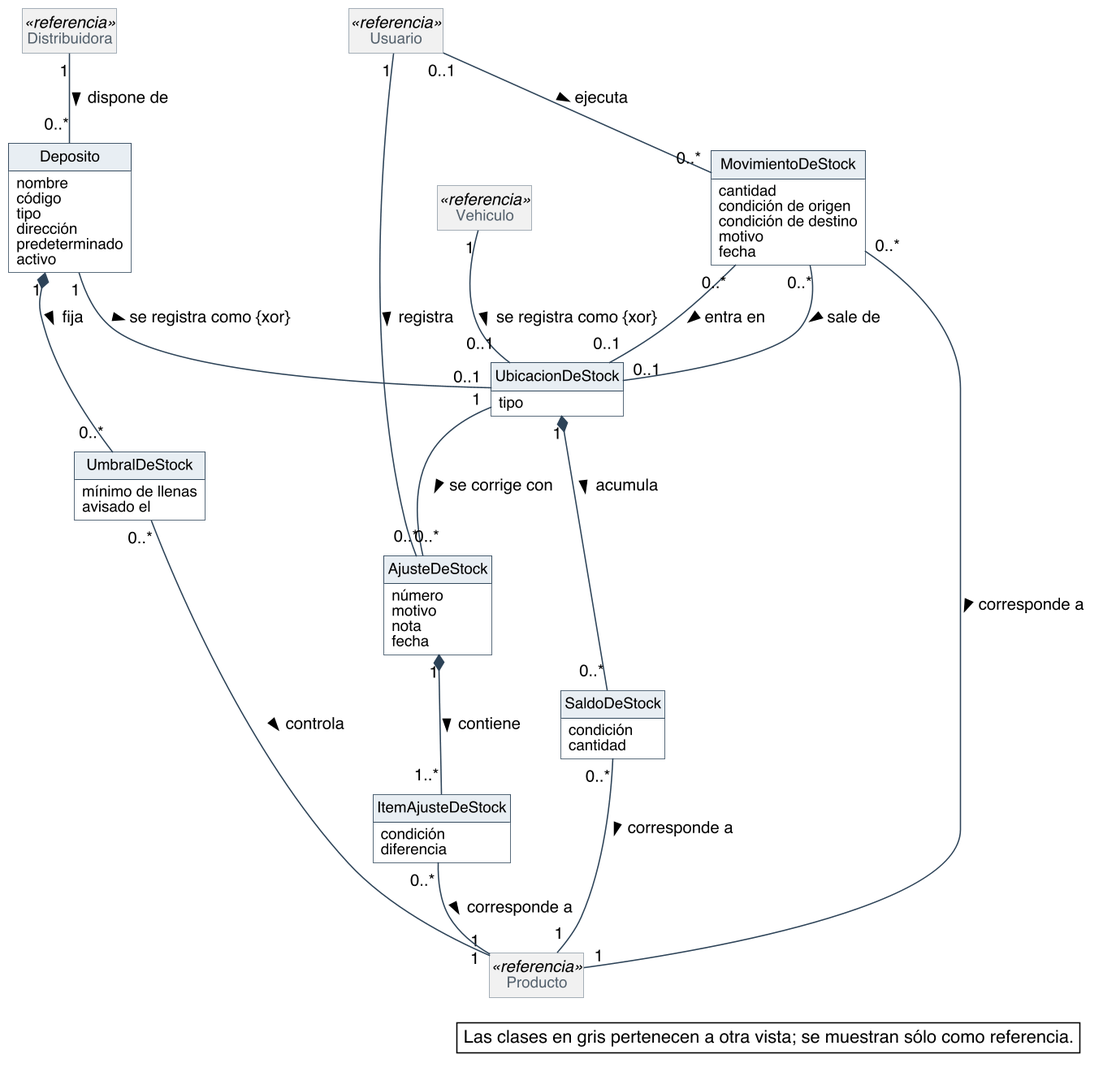
Above: diagramas/modelo-conceptual/MC_Stock.png in Nahuelito-Dev/splg-docs (PlantUML), before the change.
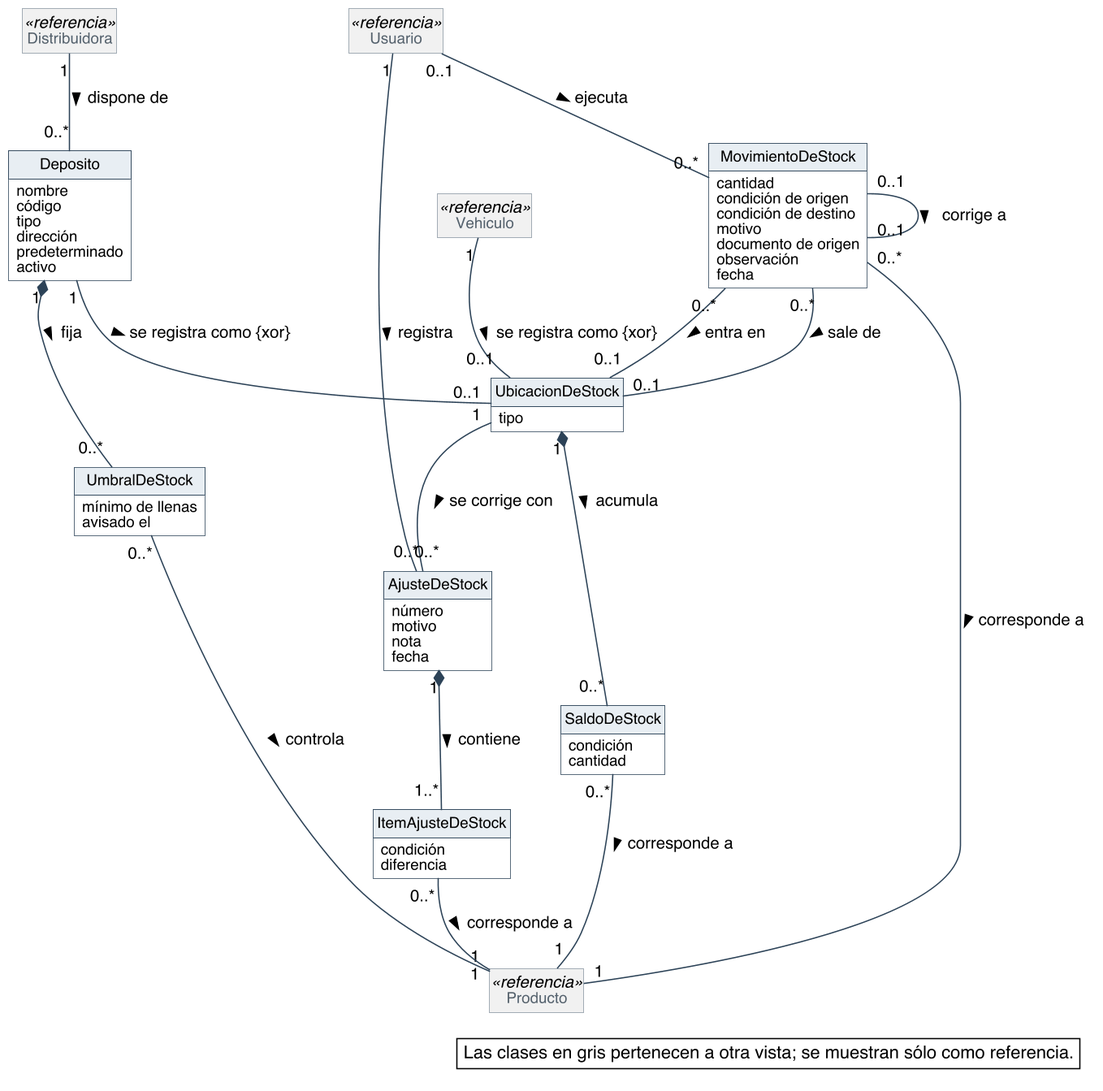
Later version of the same file.

What changed in the source:
```diff
@@ -55,6 +55,8 @@
   condición de origen
   condición de destino
   motivo
+  documento de origen
+  observación
   fecha
 }
 class UmbralDeStock {
@@ -92,6 +94,7 @@
 AjusteDeStock "1" *-- "1..*" ItemAjusteDeStock : contiene >
 ItemAjusteDeStock "0..*" -- "1" Producto : corresponde a >
 Usuario "1" -- "0..*" AjusteDeStock : registra >
+MovimientoDeStock "0..1" -- "0..1" MovimientoDeStock : corrige a >
 
 legend bottom right
   Las clases en gris pertenecen a otra vista; se muestran sólo como referencia.
```
